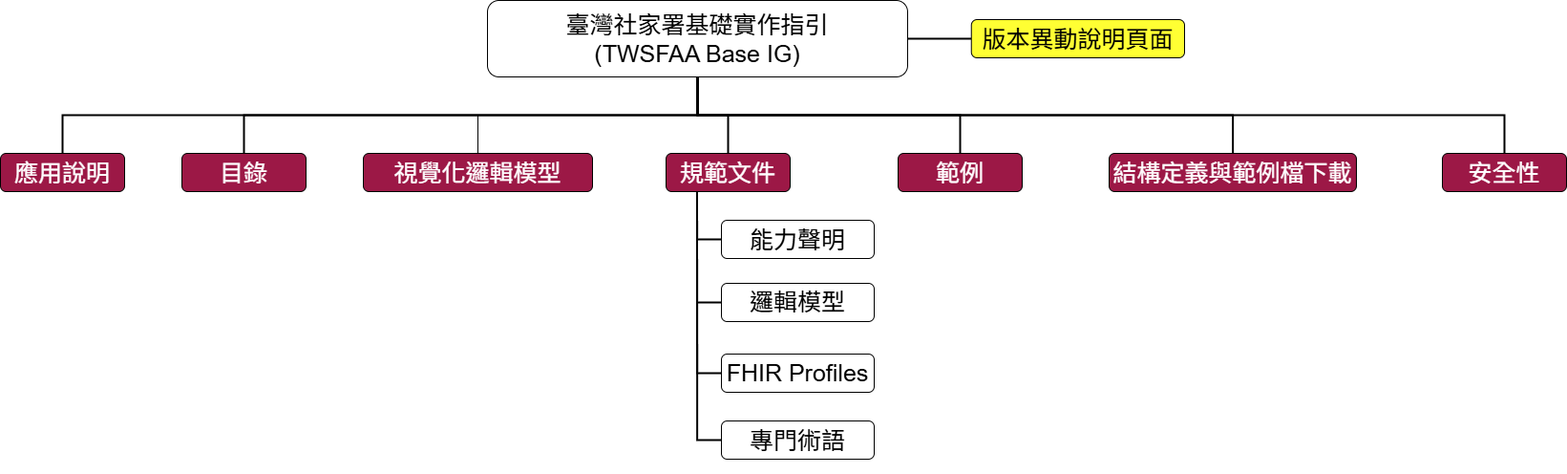
This is input/images/structure.png from sfaassn2025-source/base, a draw.io export, as it was before one commit. Source tidied: cells renumbered, new cells last; positions are measured from the earlier drawing's top-left corner, leaving out a move shared by most shapes. Source of this version:
```xml
<mxGraphModel>
  <root>
    <mxCell id="0" />
    <mxCell id="1" parent="0" />
    <mxCell id="2" style="edgeStyle=orthogonalEdgeStyle;rounded=0;jettySize=auto;html=1;exitX=1;exitY=0.5;exitDx=0;exitDy=0;endArrow=none;endFill=0;strokeWidth=2;fontFamily=Helvetica;" parent="1" edge="1" source="9" target="10">
      <mxGeometry relative="1" as="geometry" />
    </mxCell>
    <mxCell id="3" style="edgeStyle=orthogonalEdgeStyle;rounded=0;jettySize=auto;html=1;exitX=0.5;exitY=1;exitDx=0;exitDy=0;entryX=0.5;entryY=0;entryDx=0;entryDy=0;strokeWidth=2;endArrow=none;endFill=0;fontFamily=Helvetica;" parent="1" edge="1" source="9" target="11">
      <mxGeometry relative="1" as="geometry" />
    </mxCell>
    <mxCell id="4" style="edgeStyle=orthogonalEdgeStyle;rounded=0;jettySize=auto;html=1;exitX=0.5;exitY=1;exitDx=0;exitDy=0;entryX=0.5;entryY=0;entryDx=0;entryDy=0;strokeWidth=2;endArrow=none;endFill=0;fontFamily=Helvetica;" parent="1" edge="1" source="9" target="16">
      <mxGeometry relative="1" as="geometry" />
    </mxCell>
    <mxCell id="5" style="edgeStyle=orthogonalEdgeStyle;rounded=0;jettySize=auto;html=1;exitX=0.5;exitY=1;exitDx=0;exitDy=0;endArrow=none;endFill=0;strokeWidth=2;fontFamily=Helvetica;" parent="1" edge="1" source="9" target="17">
      <mxGeometry relative="1" as="geometry" />
    </mxCell>
    <mxCell id="6" style="edgeStyle=orthogonalEdgeStyle;rounded=0;jettySize=auto;html=1;exitX=0.5;exitY=1;exitDx=0;exitDy=0;endArrow=none;endFill=0;strokeWidth=2;fontFamily=Helvetica;" parent="1" edge="1" source="9" target="18">
      <mxGeometry relative="1" as="geometry" />
    </mxCell>
    <mxCell id="7" style="edgeStyle=orthogonalEdgeStyle;rounded=0;jettySize=auto;html=1;exitX=0.5;exitY=1;exitDx=0;exitDy=0;strokeWidth=2;endArrow=none;endFill=0;" parent="1" edge="1" source="9" target="23">
      <mxGeometry relative="1" as="geometry" />
    </mxCell>
    <mxCell id="8" style="edgeStyle=orthogonalEdgeStyle;rounded=0;jettySize=auto;html=1;exitX=0.5;exitY=1;exitDx=0;exitDy=0;entryX=0.5;entryY=0;entryDx=0;entryDy=0;endArrow=none;endFill=0;strokeWidth=2;" parent="1" edge="1" source="9" target="24">
      <mxGeometry relative="1" as="geometry" />
    </mxCell>
    <mxCell id="9" value="臺灣社家署基礎實作指引&lt;br&gt;(TWSFAA Base IG)" style="rounded=1;whiteSpace=wrap;html=1;fontSize=25;fontFamily=Helvetica;" parent="1" vertex="1">
      <mxGeometry x="510" width="440" height="80" as="geometry" />
    </mxCell>
    <mxCell id="10" value="版本異動說明頁面" style="rounded=1;whiteSpace=wrap;html=1;fontSize=25;fontFamily=Helvetica;fillColor=#FFFF33;strokeColor=#000000;" parent="1" vertex="1">
      <mxGeometry x="1016.8" y="20" width="223.2" height="40" as="geometry" />
    </mxCell>
    <mxCell id="11" value="應用說明" style="rounded=1;whiteSpace=wrap;html=1;fontSize=25;fontFamily=Helvetica;fillColor=#9C1846;fontColor=#FFFFFF;" parent="1" vertex="1">
      <mxGeometry y="160" width="130" height="40" as="geometry" />
    </mxCell>
    <mxCell id="12" style="edgeStyle=orthogonalEdgeStyle;rounded=0;jettySize=auto;html=1;exitX=0.25;exitY=1;exitDx=0;exitDy=0;entryX=0;entryY=0.5;entryDx=0;entryDy=0;endArrow=none;endFill=0;strokeWidth=2;fontFamily=Helvetica;" parent="1" edge="1" source="16" target="22">
      <mxGeometry relative="1" as="geometry" />
    </mxCell>
    <mxCell id="13" style="edgeStyle=orthogonalEdgeStyle;rounded=0;jettySize=auto;html=1;exitX=0.25;exitY=1;exitDx=0;exitDy=0;entryX=0;entryY=0.5;entryDx=0;entryDy=0;endArrow=none;endFill=0;strokeWidth=2;fontFamily=Helvetica;" parent="1" edge="1" source="16" target="19">
      <mxGeometry relative="1" as="geometry" />
    </mxCell>
    <mxCell id="14" style="edgeStyle=orthogonalEdgeStyle;rounded=0;jettySize=auto;html=1;exitX=0.25;exitY=1;exitDx=0;exitDy=0;entryX=0;entryY=0.5;entryDx=0;entryDy=0;strokeWidth=2;endArrow=none;endFill=0;fontFamily=Helvetica;" parent="1" edge="1" source="16" target="20">
      <mxGeometry relative="1" as="geometry" />
    </mxCell>
    <mxCell id="15" style="edgeStyle=orthogonalEdgeStyle;rounded=0;jettySize=auto;html=1;exitX=0.25;exitY=1;exitDx=0;exitDy=0;entryX=0;entryY=0.5;entryDx=0;entryDy=0;strokeWidth=2;endArrow=none;endFill=0;fontFamily=Helvetica;" parent="1" edge="1" source="16" target="21">
      <mxGeometry relative="1" as="geometry" />
    </mxCell>
    <mxCell id="16" value="規範文件" style="rounded=1;whiteSpace=wrap;html=1;fontSize=25;fontFamily=Helvetica;fillColor=#9C1846;fontColor=#FFFFFF;strokeColor=default;align=center;verticalAlign=middle;" parent="1" vertex="1">
      <mxGeometry x="697" y="160" width="130" height="40" as="geometry" />
    </mxCell>
    <mxCell id="17" value="範例" style="rounded=1;whiteSpace=wrap;html=1;fontSize=25;fontFamily=Helvetica;fillColor=#9C1846;fontColor=#FFFFFF;strokeColor=default;align=center;verticalAlign=middle;" parent="1" vertex="1">
      <mxGeometry x="940" y="160" width="130" height="40" as="geometry" />
    </mxCell>
    <mxCell id="18" value="結構定義與範例檔下載" style="rounded=1;whiteSpace=wrap;html=1;fontSize=25;fontFamily=Helvetica;fillColor=#9C1846;fontColor=#FFFFFF;strokeColor=default;align=center;verticalAlign=middle;" parent="1" vertex="1">
      <mxGeometry x="1161" y="160" width="259" height="40" as="geometry" />
    </mxCell>
    <mxCell id="19" value="&lt;p style=&quot;line-height: 90%;&quot;&gt;邏輯模型&lt;/p&gt;" style="rounded=1;whiteSpace=wrap;html=1;fontSize=25;flipV=1;fontFamily=Helvetica;" parent="1" vertex="1">
      <mxGeometry x="755" y="296" width="160" height="40" as="geometry" />
    </mxCell>
    <mxCell id="20" value="&lt;p style=&quot;line-height: 90%;&quot;&gt;FHIR Profiles&lt;/p&gt;" style="rounded=1;whiteSpace=wrap;html=1;fontSize=25;spacing=0;flipV=1;fontFamily=Helvetica;" parent="1" vertex="1">
      <mxGeometry x="755" y="370" width="160" height="40" as="geometry" />
    </mxCell>
    <mxCell id="21" value="&lt;p style=&quot;line-height: 80%;&quot;&gt;專門術語&lt;/p&gt;" style="rounded=1;whiteSpace=wrap;html=1;fontSize=25;spacing=0;flipV=1;fontFamily=Helvetica;" parent="1" vertex="1">
      <mxGeometry x="755" y="440" width="160" height="40" as="geometry" />
    </mxCell>
    <mxCell id="22" value="&lt;p style=&quot;line-height: 0%;&quot;&gt;能力聲明&lt;/p&gt;" style="rounded=1;whiteSpace=wrap;html=1;fontSize=25;flipV=1;fontFamily=Helvetica;" parent="1" vertex="1">
      <mxGeometry x="755" y="230" width="160" height="40" as="geometry" />
    </mxCell>
    <mxCell id="23" value="目錄" style="rounded=1;whiteSpace=wrap;html=1;fontSize=25;fontFamily=Helvetica;fillColor=#9C1846;fontColor=#FFFFFF;strokeColor=default;align=center;verticalAlign=middle;" parent="1" vertex="1">
      <mxGeometry x="190" y="160" width="130" height="40" as="geometry" />
    </mxCell>
    <mxCell id="24" value="安全性" style="rounded=1;whiteSpace=wrap;html=1;fontSize=25;fontFamily=Helvetica;fillColor=#9C1846;fontColor=#FFFFFF;strokeColor=default;align=center;verticalAlign=middle;" parent="1" vertex="1">
      <mxGeometry x="1510" y="160" width="130" height="40" as="geometry" />
    </mxCell>
    <mxCell id="25" style="edgeStyle=orthogonalEdgeStyle;rounded=0;jettySize=auto;html=1;exitX=0.5;exitY=0;exitDx=0;exitDy=0;entryX=0.5;entryY=1;entryDx=0;entryDy=0;endArrow=none;endFill=0;" parent="1" edge="1" source="26" target="9">
      <mxGeometry relative="1" as="geometry" />
    </mxCell>
    <mxCell id="26" value="視覺化邏輯模型" style="rounded=1;whiteSpace=wrap;html=1;fontSize=25;fontFamily=Helvetica;fillColor=#9C1846;fontColor=#FFFFFF;strokeColor=default;align=center;verticalAlign=middle;" parent="1" vertex="1">
      <mxGeometry x="380" y="160" width="240" height="40" as="geometry" />
    </mxCell>
  </root>
</mxGraphModel>
```
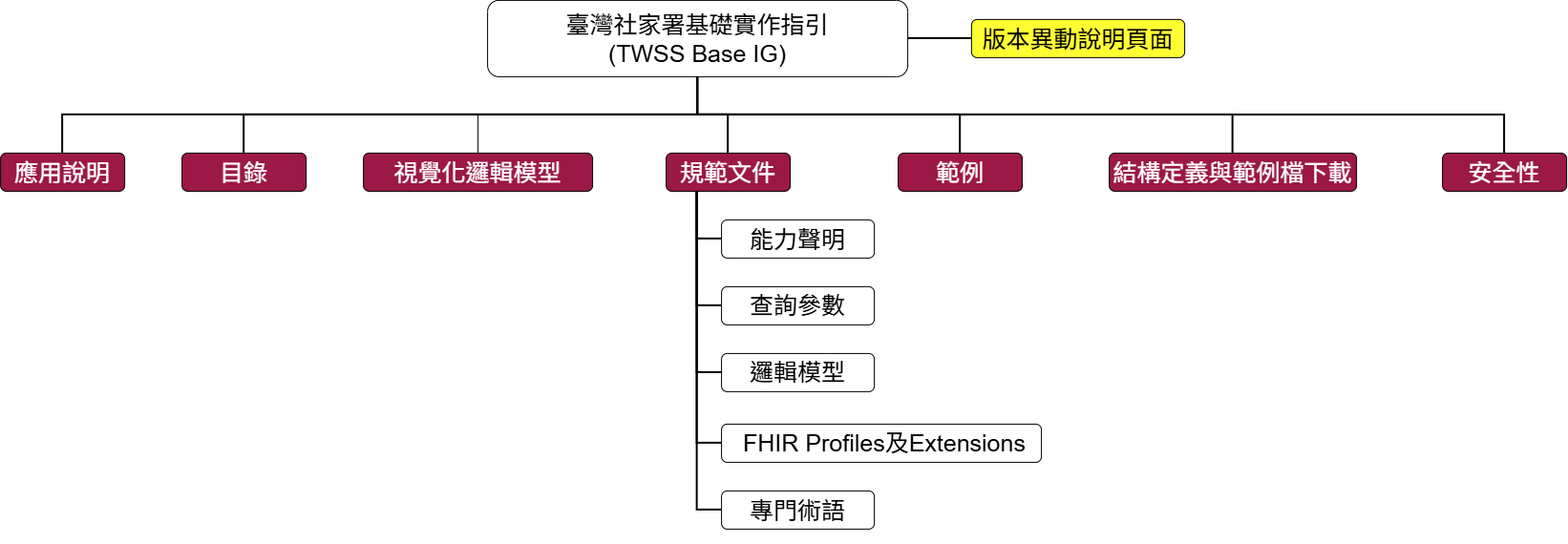
The same file after the commit.

What changed in the source:
```diff
@@ -8,22 +8,22 @@
     <mxCell id="3" style="edgeStyle=orthogonalEdgeStyle;rounded=0;jettySize=auto;html=1;exitX=0.5;exitY=1;exitDx=0;exitDy=0;entryX=0.5;entryY=0;entryDx=0;entryDy=0;strokeWidth=2;endArrow=none;endFill=0;fontFamily=Helvetica;" parent="1" edge="1" source="9" target="11">
       <mxGeometry relative="1" as="geometry" />
     </mxCell>
-    <mxCell id="4" style="edgeStyle=orthogonalEdgeStyle;rounded=0;jettySize=auto;html=1;exitX=0.5;exitY=1;exitDx=0;exitDy=0;entryX=0.5;entryY=0;entryDx=0;entryDy=0;strokeWidth=2;endArrow=none;endFill=0;fontFamily=Helvetica;" parent="1" edge="1" source="9" target="16">
+    <mxCell id="4" style="edgeStyle=orthogonalEdgeStyle;rounded=0;jettySize=auto;html=1;exitX=0.5;exitY=1;exitDx=0;exitDy=0;entryX=0.5;entryY=0;entryDx=0;entryDy=0;strokeWidth=2;endArrow=none;endFill=0;fontFamily=Helvetica;" parent="1" edge="1" source="9" target="17">
       <mxGeometry relative="1" as="geometry" />
     </mxCell>
-    <mxCell id="5" style="edgeStyle=orthogonalEdgeStyle;rounded=0;jettySize=auto;html=1;exitX=0.5;exitY=1;exitDx=0;exitDy=0;endArrow=none;endFill=0;strokeWidth=2;fontFamily=Helvetica;" parent="1" edge="1" source="9" target="17">
+    <mxCell id="5" style="edgeStyle=orthogonalEdgeStyle;rounded=0;jettySize=auto;html=1;exitX=0.5;exitY=1;exitDx=0;exitDy=0;endArrow=none;endFill=0;strokeWidth=2;fontFamily=Helvetica;" parent="1" edge="1" source="9" target="18">
       <mxGeometry relative="1" as="geometry" />
     </mxCell>
-    <mxCell id="6" style="edgeStyle=orthogonalEdgeStyle;rounded=0;jettySize=auto;html=1;exitX=0.5;exitY=1;exitDx=0;exitDy=0;endArrow=none;endFill=0;strokeWidth=2;fontFamily=Helvetica;" parent="1" edge="1" source="9" target="18">
+    <mxCell id="6" style="edgeStyle=orthogonalEdgeStyle;rounded=0;jettySize=auto;html=1;exitX=0.5;exitY=1;exitDx=0;exitDy=0;endArrow=none;endFill=0;strokeWidth=2;fontFamily=Helvetica;" parent="1" edge="1" source="9" target="19">
       <mxGeometry relative="1" as="geometry" />
     </mxCell>
-    <mxCell id="7" style="edgeStyle=orthogonalEdgeStyle;rounded=0;jettySize=auto;html=1;exitX=0.5;exitY=1;exitDx=0;exitDy=0;strokeWidth=2;endArrow=none;endFill=0;" parent="1" edge="1" source="9" target="23">
+    <mxCell id="7" style="edgeStyle=orthogonalEdgeStyle;rounded=0;jettySize=auto;html=1;exitX=0.5;exitY=1;exitDx=0;exitDy=0;strokeWidth=2;endArrow=none;endFill=0;" parent="1" edge="1" source="9" target="24">
       <mxGeometry relative="1" as="geometry" />
     </mxCell>
-    <mxCell id="8" style="edgeStyle=orthogonalEdgeStyle;rounded=0;jettySize=auto;html=1;exitX=0.5;exitY=1;exitDx=0;exitDy=0;entryX=0.5;entryY=0;entryDx=0;entryDy=0;endArrow=none;endFill=0;strokeWidth=2;" parent="1" edge="1" source="9" target="24">
+    <mxCell id="8" style="edgeStyle=orthogonalEdgeStyle;rounded=0;jettySize=auto;html=1;exitX=0.5;exitY=1;exitDx=0;exitDy=0;entryX=0.5;entryY=0;entryDx=0;entryDy=0;endArrow=none;endFill=0;strokeWidth=2;" parent="1" edge="1" source="9" target="25">
       <mxGeometry relative="1" as="geometry" />
     </mxCell>
-    <mxCell id="9" value="臺灣社家署基礎實作指引&lt;br&gt;(TWSFAA Base IG)" style="rounded=1;whiteSpace=wrap;html=1;fontSize=25;fontFamily=Helvetica;" parent="1" vertex="1">
+    <mxCell id="9" value="臺灣社家署基礎實作指引&lt;br&gt;(TWSS Base IG)" style="rounded=1;whiteSpace=wrap;html=1;fontSize=25;fontFamily=Helvetica;" parent="1" vertex="1">
       <mxGeometry x="510" width="440" height="80" as="geometry" />
     </mxCell>
     <mxCell id="10" value="版本異動說明頁面" style="rounded=1;whiteSpace=wrap;html=1;fontSize=25;fontFamily=Helvetica;fillColor=#FFFF33;strokeColor=#000000;" parent="1" vertex="1">
@@ -32,50 +32,56 @@
     <mxCell id="11" value="應用說明" style="rounded=1;whiteSpace=wrap;html=1;fontSize=25;fontFamily=Helvetica;fillColor=#9C1846;fontColor=#FFFFFF;" parent="1" vertex="1">
       <mxGeometry y="160" width="130" height="40" as="geometry" />
     </mxCell>
-    <mxCell id="12" style="edgeStyle=orthogonalEdgeStyle;rounded=0;jettySize=auto;html=1;exitX=0.25;exitY=1;exitDx=0;exitDy=0;entryX=0;entryY=0.5;entryDx=0;entryDy=0;endArrow=none;endFill=0;strokeWidth=2;fontFamily=Helvetica;" parent="1" edge="1" source="16" target="22">
+    <mxCell id="12" style="edgeStyle=orthogonalEdgeStyle;rounded=0;jettySize=auto;html=1;exitX=0.25;exitY=1;exitDx=0;exitDy=0;entryX=0;entryY=0.5;entryDx=0;entryDy=0;endArrow=none;endFill=0;strokeWidth=2;fontFamily=Helvetica;" parent="1" edge="1" source="17" target="23">
       <mxGeometry relative="1" as="geometry" />
     </mxCell>
-    <mxCell id="13" style="edgeStyle=orthogonalEdgeStyle;rounded=0;jettySize=auto;html=1;exitX=0.25;exitY=1;exitDx=0;exitDy=0;entryX=0;entryY=0.5;entryDx=0;entryDy=0;endArrow=none;endFill=0;strokeWidth=2;fontFamily=Helvetica;" parent="1" edge="1" source="16" target="19">
+    <mxCell id="13" style="edgeStyle=orthogonalEdgeStyle;rounded=0;jettySize=auto;html=1;exitX=0.25;exitY=1;exitDx=0;exitDy=0;entryX=0;entryY=0.5;entryDx=0;entryDy=0;endArrow=none;endFill=0;strokeWidth=2;fontFamily=Helvetica;" parent="1" edge="1" source="17" target="20">
       <mxGeometry relative="1" as="geometry" />
     </mxCell>
-    <mxCell id="14" style="edgeStyle=orthogonalEdgeStyle;rounded=0;jettySize=auto;html=1;exitX=0.25;exitY=1;exitDx=0;exitDy=0;entryX=0;entryY=0.5;entryDx=0;entryDy=0;strokeWidth=2;endArrow=none;endFill=0;fontFamily=Helvetica;" parent="1" edge="1" source="16" target="20">
+    <mxCell id="14" style="edgeStyle=orthogonalEdgeStyle;rounded=0;jettySize=auto;html=1;exitX=0.25;exitY=1;exitDx=0;exitDy=0;entryX=0;entryY=0.5;entryDx=0;entryDy=0;strokeWidth=2;endArrow=none;endFill=0;fontFamily=Helvetica;" parent="1" edge="1" source="17" target="21">
       <mxGeometry relative="1" as="geometry" />
     </mxCell>
-    <mxCell id="15" style="edgeStyle=orthogonalEdgeStyle;rounded=0;jettySize=auto;html=1;exitX=0.25;exitY=1;exitDx=0;exitDy=0;entryX=0;entryY=0.5;entryDx=0;entryDy=0;strokeWidth=2;endArrow=none;endFill=0;fontFamily=Helvetica;" parent="1" edge="1" source="16" target="21">
+    <mxCell id="15" style="edgeStyle=orthogonalEdgeStyle;rounded=0;jettySize=auto;html=1;exitX=0.25;exitY=1;exitDx=0;exitDy=0;entryX=0;entryY=0.5;entryDx=0;entryDy=0;strokeWidth=2;endArrow=none;endFill=0;fontFamily=Helvetica;" parent="1" edge="1" source="17" target="22">
       <mxGeometry relative="1" as="geometry" />
     </mxCell>
-    <mxCell id="16" value="規範文件" style="rounded=1;whiteSpace=wrap;html=1;fontSize=25;fontFamily=Helvetica;fillColor=#9C1846;fontColor=#FFFFFF;strokeColor=default;align=center;verticalAlign=middle;" parent="1" vertex="1">
-      <mxGeometry x="697" y="160" width="130" height="40" as="geometry" />
+    <mxCell id="16" style="edgeStyle=orthogonalEdgeStyle;rounded=0;jettySize=auto;html=1;exitX=0.25;exitY=1;exitDx=0;exitDy=0;entryX=0;entryY=0.5;entryDx=0;entryDy=0;strokeColor=default;strokeWidth=2;align=center;verticalAlign=middle;fontFamily=Helvetica;fontSize=11;fontColor=default;labelBackgroundColor=default;endArrow=none;endFill=0;" parent="1" edge="1" source="17" target="28">
+      <mxGeometry relative="1" as="geometry" />
     </mxCell>
-    <mxCell id="17" value="範例" style="rounded=1;whiteSpace=wrap;html=1;fontSize=25;fontFamily=Helvetica;fillColor=#9C1846;fontColor=#FFFFFF;strokeColor=default;align=center;verticalAlign=middle;" parent="1" vertex="1">
-      <mxGeometry x="940" y="160" width="130" height="40" as="geometry" />
+    <mxCell id="17" value="規範文件" style="rounded=1;whiteSpace=wrap;html=1;fontSize=25;fontFamily=Helvetica;fillColor=#9C1846;fontColor=#FFFFFF;strokeColor=default;align=center;verticalAlign=middle;" parent="1" vertex="1">
+      <mxGeometry x="697" y="160" width="130" height="40" as="geometry" />
     </mxCell>
-    <mxCell id="18" value="結構定義與範例檔下載" style="rounded=1;whiteSpace=wrap;html=1;fontSize=25;fontFamily=Helvetica;fillColor=#9C1846;fontColor=#FFFFFF;strokeColor=default;align=center;verticalAlign=middle;" parent="1" vertex="1">
-      <mxGeometry x="1161" y="160" width="259" height="40" as="geometry" />
+    <mxCell id="18" value="範例" style="rounded=1;whiteSpace=wrap;html=1;fontSize=25;fontFamily=Helvetica;fillColor=#9C1846;fontColor=#FFFFFF;strokeColor=default;align=center;verticalAlign=middle;" parent="1" vertex="1">
+      <mxGeometry x="940" y="160" width="130" height="40" as="geometry" />
     </mxCell>
-    <mxCell id="19" value="&lt;p style=&quot;line-height: 90%;&quot;&gt;邏輯模型&lt;/p&gt;" style="rounded=1;whiteSpace=wrap;html=1;fontSize=25;flipV=1;fontFamily=Helvetica;" parent="1" vertex="1">
-      <mxGeometry x="755" y="296" width="160" height="40" as="geometry" />
+    <mxCell id="19" value="結構定義與範例檔下載" style="rounded=1;whiteSpace=wrap;html=1;fontSize=25;fontFamily=Helvetica;fillColor=#9C1846;fontColor=#FFFFFF;strokeColor=default;align=center;verticalAlign=middle;" parent="1" vertex="1">
+      <mxGeometry x="1161" y="160" width="259" height="40" as="geometry" />
     </mxCell>
-    <mxCell id="20" value="&lt;p style=&quot;line-height: 90%;&quot;&gt;FHIR Profiles&lt;/p&gt;" style="rounded=1;whiteSpace=wrap;html=1;fontSize=25;spacing=0;flipV=1;fontFamily=Helvetica;" parent="1" vertex="1">
+    <mxCell id="20" value="&lt;p style=&quot;line-height: 90%;&quot;&gt;邏輯模型&lt;/p&gt;" style="rounded=1;whiteSpace=wrap;html=1;fontSize=25;flipV=1;fontFamily=Helvetica;" parent="1" vertex="1">
       <mxGeometry x="755" y="370" width="160" height="40" as="geometry" />
     </mxCell>
-    <mxCell id="21" value="&lt;p style=&quot;line-height: 80%;&quot;&gt;專門術語&lt;/p&gt;" style="rounded=1;whiteSpace=wrap;html=1;fontSize=25;spacing=0;flipV=1;fontFamily=Helvetica;" parent="1" vertex="1">
-      <mxGeometry x="755" y="440" width="160" height="40" as="geometry" />
+    <mxCell id="21" value="&lt;p style=&quot;line-height: 90%;&quot;&gt;&amp;nbsp;FHIR Profiles及Extensions&lt;/p&gt;" style="rounded=1;whiteSpace=wrap;html=1;fontSize=25;spacing=0;flipV=1;fontFamily=Helvetica;" parent="1" vertex="1">
+      <mxGeometry x="755" y="444" width="335" height="40" as="geometry" />
     </mxCell>
-    <mxCell id="22" value="&lt;p style=&quot;line-height: 0%;&quot;&gt;能力聲明&lt;/p&gt;" style="rounded=1;whiteSpace=wrap;html=1;fontSize=25;flipV=1;fontFamily=Helvetica;" parent="1" vertex="1">
-      <mxGeometry x="755" y="230" width="160" height="40" as="geometry" />
+    <mxCell id="22" value="&lt;p style=&quot;line-height: 80%;&quot;&gt;專門術語&lt;/p&gt;" style="rounded=1;whiteSpace=wrap;html=1;fontSize=25;spacing=0;flipV=1;fontFamily=Helvetica;" parent="1" vertex="1">
+      <mxGeometry x="755" y="514" width="160" height="40" as="geometry" />
     </mxCell>
-    <mxCell id="23" value="目錄" style="rounded=1;whiteSpace=wrap;html=1;fontSize=25;fontFamily=Helvetica;fillColor=#9C1846;fontColor=#FFFFFF;strokeColor=default;align=center;verticalAlign=middle;" parent="1" vertex="1">
-      <mxGeometry x="190" y="160" width="130" height="40" as="geometry" />
+    <mxCell id="23" value="&lt;p style=&quot;line-height: 0%;&quot;&gt;能力聲明&lt;/p&gt;" style="rounded=1;whiteSpace=wrap;html=1;fontSize=25;flipV=1;fontFamily=Helvetica;" parent="1" vertex="1">
+      <mxGeometry x="755" y="230" width="160" height="40" as="geometry" />
     </mxCell>
-    <mxCell id="24" value="安全性" style="rounded=1;whiteSpace=wrap;html=1;fontSize=25;fontFamily=Helvetica;fillColor=#9C1846;fontColor=#FFFFFF;strokeColor=default;align=center;verticalAlign=middle;" parent="1" vertex="1">
-      <mxGeometry x="1510" y="160" width="130" height="40" as="geometry" />
+    <mxCell id="24" value="目錄" style="rounded=1;whiteSpace=wrap;html=1;fontSize=25;fontFamily=Helvetica;fillColor=#9C1846;fontColor=#FFFFFF;strokeColor=default;align=center;verticalAlign=middle;" parent="1" vertex="1">
+      <mxGeometry x="190" y="160" width="130" height="40" as="geometry" />
     </mxCell>
-    <mxCell id="25" style="edgeStyle=orthogonalEdgeStyle;rounded=0;jettySize=auto;html=1;exitX=0.5;exitY=0;exitDx=0;exitDy=0;entryX=0.5;entryY=1;entryDx=0;entryDy=0;endArrow=none;endFill=0;" parent="1" edge="1" source="26" target="9">
-      <mxGeometry relative="1" as="geometry" />
+    <mxCell id="25" value="安全性" style="rounded=1;whiteSpace=wrap;html=1;fontSize=25;fontFamily=Helvetica;fillColor=#9C1846;fontColor=#FFFFFF;strokeColor=default;align=center;verticalAlign=middle;" parent="1" vertex="1">
+      <mxGeometry x="1510" y="160" width="130" height="40" as="geometry" />
     </mxCell>
-    <mxCell id="26" value="視覺化邏輯模型" style="rounded=1;whiteSpace=wrap;html=1;fontSize=25;fontFamily=Helvetica;fillColor=#9C1846;fontColor=#FFFFFF;strokeColor=default;align=center;verticalAlign=middle;" parent="1" vertex="1">
-      <mxGeometry x="380" y="160" width="240" height="40" as="geometry" />
+    <mxCell id="26" style="edgeStyle=orthogonalEdgeStyle;rounded=0;jettySize=auto;html=1;exitX=0.5;exitY=0;exitDx=0;exitDy=0;entryX=0.5;entryY=1;entryDx=0;entryDy=0;endArrow=none;endFill=0;" parent="1" edge="1" source="27" target="9">
+      <mxGeometry relative="1" as="geometry" />
     </mxCell>
+    <mxCell id="27" value="視覺化邏輯模型" style="rounded=1;whiteSpace=wrap;html=1;fontSize=25;fontFamily=Helvetica;fillColor=#9C1846;fontColor=#FFFFFF;strokeColor=default;align=center;verticalAlign=middle;" parent="1" vertex="1">
+      <mxGeometry x="380" y="160" width="240" height="40" as="geometry" />
+    </mxCell>
+    <mxCell id="28" value="&lt;p style=&quot;line-height: 90%;&quot;&gt;查詢參數&lt;/p&gt;" style="rounded=1;whiteSpace=wrap;html=1;fontSize=25;flipV=1;fontFamily=Helvetica;" parent="1" vertex="1">
+      <mxGeometry x="755" y="300" width="160" height="40" as="geometry" />
+    </mxCell>
   </root>
 </mxGraphModel>
```
